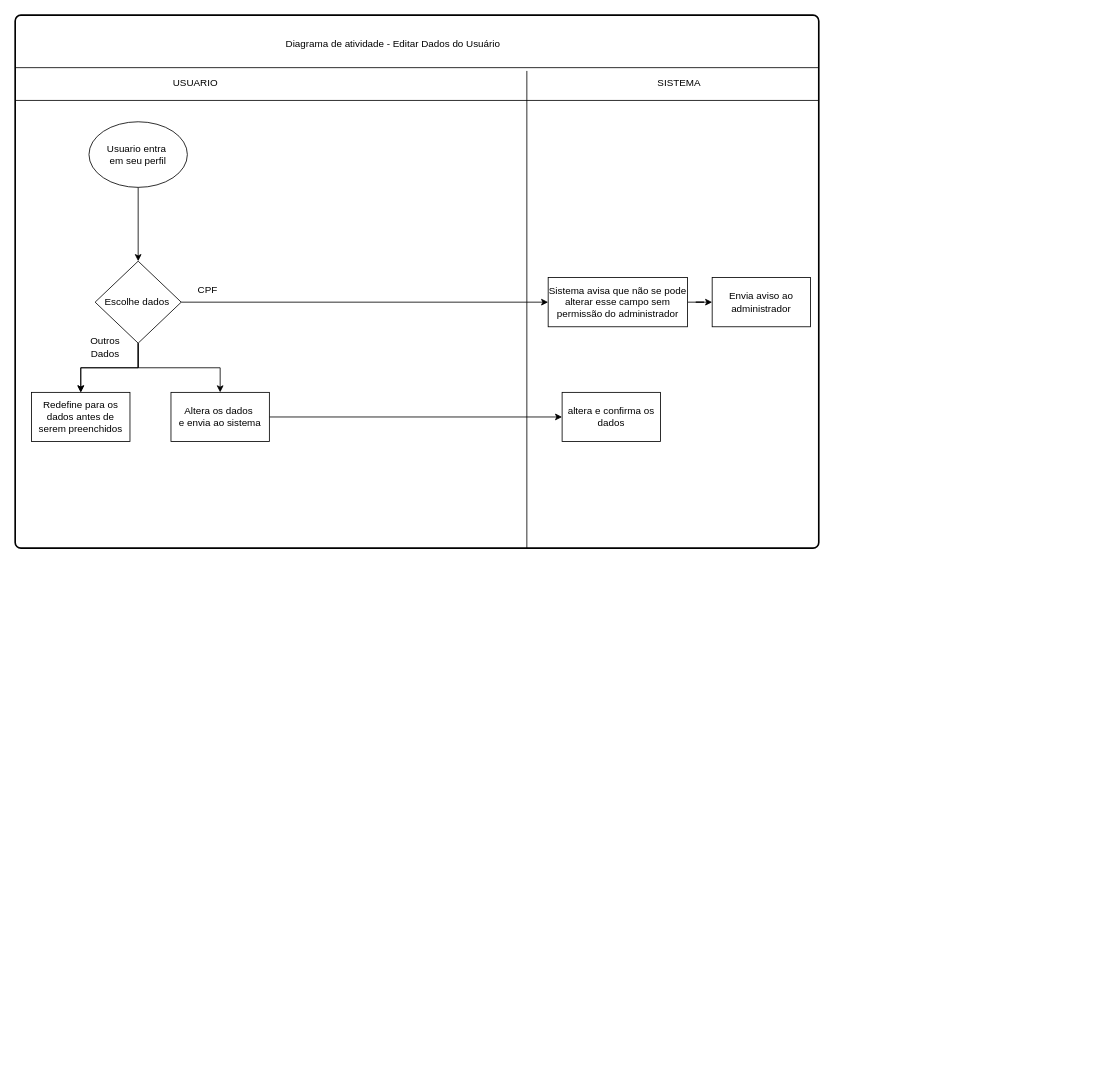
Raphael0305/Fatec-PI keeps this draw.io diagram as page "Diagrama_de_Atividade_Editar_Dados_Usuario" (6 of 8) of Diagramas/Diagramas.drawio. Above is the earlier version. Source tidied: cells renumbered, new cells numbered last; positions are measured from the earlier drawing's top-left corner, leaving out a move shared by most shapes. Both pictures are drawn from the tidied source at 82%, with x=0, y=0 at pixel (15, 15).
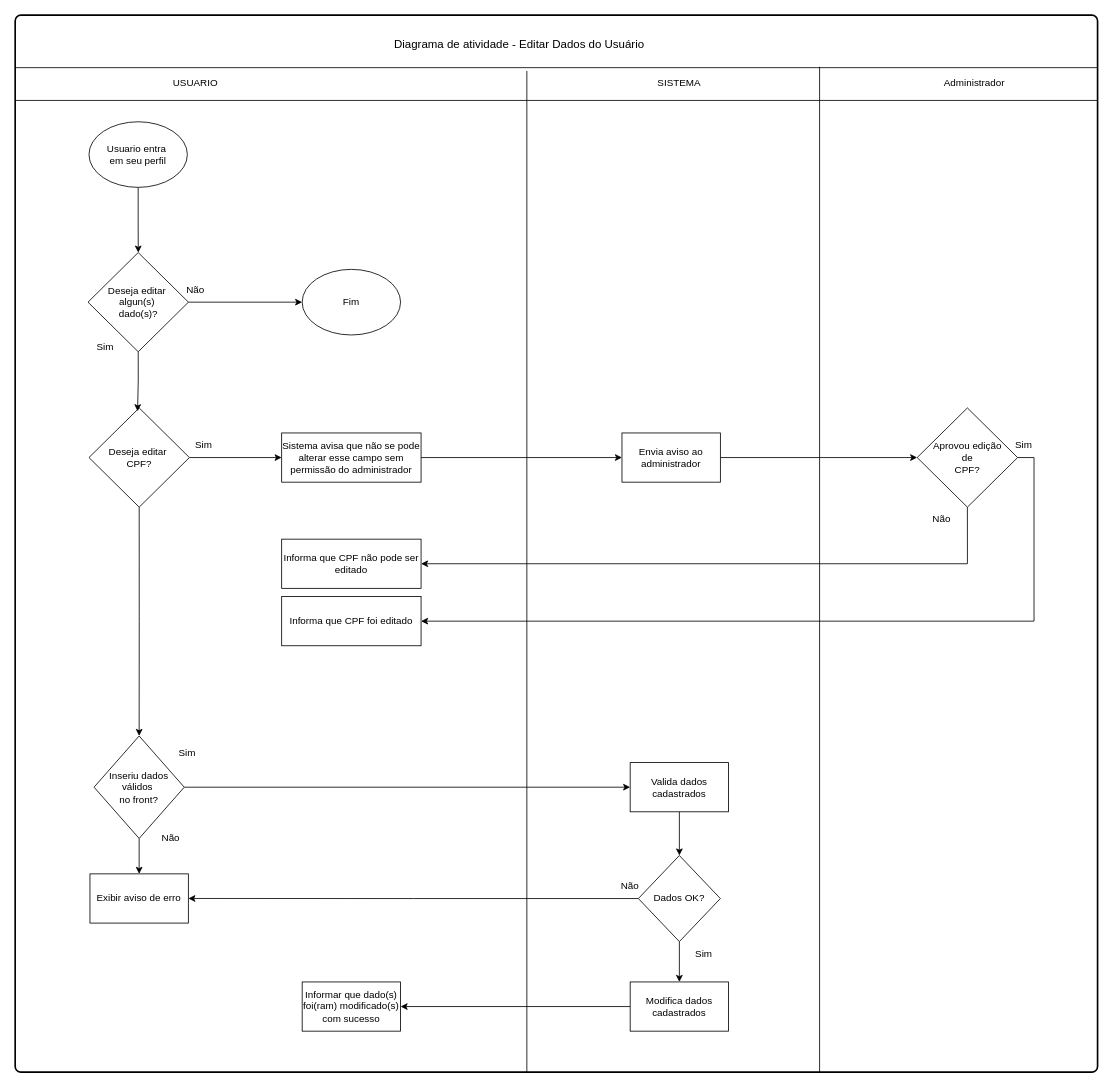
Above is the later version.

The edit, as a diff of the source:
```diff
@@
     <mxCell id="2" style="rounded=1;whiteSpace=wrap;html=1;absoluteArcSize=1;arcSize=14;strokeWidth=2;" parent="1" vertex="1">
-      <mxGeometry width="980" height="650" as="geometry" />
+      <mxGeometry width="1320" height="1289" as="geometry" />
     </mxCell>
@@
-    <mxCell id="5" style="edgeStyle=orthogonalEdgeStyle;rounded=0;jettySize=auto;html=1;exitX=1;exitY=0.5;exitDx=0;exitDy=0;entryX=0;entryY=0.5;entryDx=0;entryDy=0;" parent="1" edge="1" source="9" target="19">
-      <mxGeometry relative="1" as="geometry" />
-    </mxCell>
-    <mxCell id="6" style="edgeStyle=orthogonalEdgeStyle;rounded=0;jettySize=auto;html=1;" parent="1" edge="1" source="9" target="20">
-      <mxGeometry relative="1" as="geometry" />
-    </mxCell>
-    <mxCell id="7" style="edgeStyle=orthogonalEdgeStyle;rounded=0;jettySize=auto;html=1;" parent="1" edge="1" source="9" target="20">
-      <mxGeometry relative="1" as="geometry" />
-    </mxCell>
-    <mxCell id="8" style="edgeStyle=orthogonalEdgeStyle;rounded=0;jettySize=auto;html=1;" parent="1" edge="1" source="9" target="22">
-      <mxGeometry relative="1" as="geometry" />
-    </mxCell>
+    <mxCell id="25" style="edgeStyle=orthogonalEdgeStyle;rounded=0;jettySize=auto;html=1;exitX=1;exitY=0.5;exitDx=0;exitDy=0;" parent="1" edge="1" source="9" target="27">
+      <mxGeometry relative="1" as="geometry" />
+    </mxCell>
-    <mxCell id="9" value="Escolhe dados&amp;nbsp;" style="rhombus;whiteSpace=wrap;html=1;" parent="1" vertex="1">
-      <mxGeometry x="97.5" y="300" width="105" height="100" as="geometry" />
+    <mxCell id="9" value="Deseja editar&amp;nbsp;&lt;div&gt;algun(s)&amp;nbsp;&lt;/div&gt;&lt;div&gt;dado(s)?&lt;/div&gt;" style="rhombus;whiteSpace=wrap;html=1;" parent="1" vertex="1">
+      <mxGeometry x="88.8" y="289.5" width="122.5" height="121" as="geometry" />
     </mxCell>
-    <mxCell id="10" value="Outros Dados" style="text;html=1;align=center;verticalAlign=middle;whiteSpace=wrap;rounded=0;" parent="1" vertex="1">
+    <mxCell id="10" value="Sim" style="text;html=1;align=center;verticalAlign=middle;whiteSpace=wrap;rounded=0;" parent="1" vertex="1">
       <mxGeometry x="80" y="390" width="60" height="30" as="geometry" />
     </mxCell>
     <mxCell id="11" style="line;strokeWidth=1;fillColor=none;align=left;verticalAlign=middle;spacingTop=-1;spacingLeft=3;spacingRight=3;labelPosition=right;strokeColor=inherit;" parent="1" vertex="1">
-      <mxGeometry y="60" width="980" height="8" as="geometry" />
+      <mxGeometry y="60" width="1320" height="8" as="geometry" />
     </mxCell>
     <mxCell id="12" style="line;strokeWidth=1;fillColor=none;align=left;verticalAlign=middle;spacingTop=-1;spacingLeft=3;spacingRight=3;labelPosition=right;strokeColor=inherit;" parent="1" vertex="1">
-      <mxGeometry y="100" width="980" height="8" as="geometry" />
+      <mxGeometry y="100" width="1320" height="8" as="geometry" />
     </mxCell>
     <mxCell id="13" style="line;strokeWidth=1;fillColor=none;align=left;verticalAlign=middle;spacingTop=-1;spacingLeft=3;spacingRight=3;labelPosition=right;strokeColor=inherit;direction=south;" parent="1" vertex="1">
-      <mxGeometry x="620" y="68" width="8" height="582" as="geometry" />
+      <mxGeometry x="620" y="68" width="8" height="1221" as="geometry" />
     </mxCell>
-    <mxCell id="14" value="Diagrama de atividade - Editar Dados do Usuário" style="text;html=1;align=center;verticalAlign=middle;whiteSpace=wrap;rounded=0;" parent="1" vertex="1">
-      <mxGeometry x="276" y="20" width="370" height="30" as="geometry" />
+    <mxCell id="14" value="&lt;font style=&quot;font-size: 14px;&quot;&gt;Diagrama de atividade - Editar Dados do Usuário&lt;/font&gt;" style="text;html=1;align=center;verticalAlign=middle;whiteSpace=wrap;rounded=0;" parent="1" vertex="1">
+      <mxGeometry x="430" y="20" width="370" height="30" as="geometry" />
     </mxCell>
@@
-    <mxCell id="17" value="CPF" style="text;html=1;align=center;verticalAlign=middle;whiteSpace=wrap;rounded=0;" parent="1" vertex="1">
-      <mxGeometry x="180" y="320" width="110" height="30" as="geometry" />
-    </mxCell>
@@
     <mxCell id="19" value="Sistema avisa que não se pode alterar esse campo sem permissão do administrador" style="rounded=0;whiteSpace=wrap;html=1;" parent="1" vertex="1">
-      <mxGeometry x="650" y="320" width="170" height="60" as="geometry" />
+      <mxGeometry x="325" y="509.5" width="170" height="60" as="geometry" />
     </mxCell>
-    <mxCell id="20" value="Redefine para os dados antes de serem preenchidos" style="whiteSpace=wrap;html=1;" parent="1" vertex="1">
-      <mxGeometry x="20" y="460" width="120" height="60" as="geometry" />
-    </mxCell>
-    <mxCell id="21" style="edgeStyle=orthogonalEdgeStyle;rounded=0;jettySize=auto;html=1;" parent="1" edge="1" source="22" target="23">
-      <mxGeometry relative="1" as="geometry" />
-    </mxCell>
-    <mxCell id="22" value="Altera os dados&amp;nbsp;&lt;div&gt;e envia ao sistema&lt;/div&gt;" style="whiteSpace=wrap;html=1;" parent="1" vertex="1">
-      <mxGeometry x="190" y="460" width="120" height="60" as="geometry" />
-    </mxCell>
-    <mxCell id="23" value="altera e confirma os dados" style="whiteSpace=wrap;html=1;" parent="1" vertex="1">
-      <mxGeometry x="667" y="460" width="120" height="60" as="geometry" />
-    </mxCell>
+    <mxCell id="26" style="edgeStyle=orthogonalEdgeStyle;rounded=0;jettySize=auto;html=1;exitX=1;exitY=0.5;exitDx=0;exitDy=0;entryX=0;entryY=0.5;entryDx=0;entryDy=0;" parent="1" edge="1" source="24" target="37">
+      <mxGeometry relative="1" as="geometry" />
+    </mxCell>
     <mxCell id="24" value="Envia aviso ao administrador" style="whiteSpace=wrap;html=1;rounded=0;" parent="1" vertex="1">
-      <mxGeometry x="850" y="320" width="120" height="60" as="geometry" />
+      <mxGeometry x="740" y="509.5" width="120" height="60" as="geometry" />
     </mxCell>
+    <mxCell id="27" value="Fim" style="ellipse;whiteSpace=wrap;html=1;" parent="1" vertex="1">
+      <mxGeometry x="350" y="310" width="120" height="80" as="geometry" />
+    </mxCell>
+    <mxCell id="28" value="Não" style="text;html=1;align=center;verticalAlign=middle;whiteSpace=wrap;rounded=0;" parent="1" vertex="1">
+      <mxGeometry x="190" y="320" width="60" height="30" as="geometry" />
+    </mxCell>
+    <mxCell id="29" style="edgeStyle=orthogonalEdgeStyle;rounded=0;jettySize=auto;html=1;exitX=1;exitY=0.5;exitDx=0;exitDy=0;entryX=0;entryY=0.5;entryDx=0;entryDy=0;" parent="1" edge="1" source="31" target="19">
+      <mxGeometry relative="1" as="geometry" />
+    </mxCell>
+    <mxCell id="30" style="edgeStyle=orthogonalEdgeStyle;rounded=0;jettySize=auto;html=1;exitX=0.5;exitY=1;exitDx=0;exitDy=0;entryX=0.5;entryY=0;entryDx=0;entryDy=0;" parent="1" edge="1" source="31" target="45">
+      <mxGeometry relative="1" as="geometry" />
+    </mxCell>
+    <mxCell id="31" value="Deseja editar&amp;nbsp;&lt;div&gt;CPF?&lt;/div&gt;" style="rhombus;whiteSpace=wrap;html=1;" parent="1" vertex="1">
+      <mxGeometry x="90" y="479" width="122.5" height="121" as="geometry" />
+    </mxCell>
+    <mxCell id="32" style="edgeStyle=orthogonalEdgeStyle;rounded=0;jettySize=auto;html=1;exitX=0.5;exitY=1;exitDx=0;exitDy=0;entryX=0.484;entryY=0.033;entryDx=0;entryDy=0;entryPerimeter=0;" parent="1" edge="1" source="9" target="31">
+      <mxGeometry relative="1" as="geometry" />
+    </mxCell>
+    <mxCell id="33" style="line;strokeWidth=1;fillColor=none;align=left;verticalAlign=middle;spacingTop=-1;spacingLeft=3;spacingRight=3;labelPosition=right;strokeColor=inherit;direction=south;" parent="1" vertex="1">
+      <mxGeometry x="977" y="63" width="8" height="1226" as="geometry" />
+    </mxCell>
+    <mxCell id="34" value="Administrador" style="text;html=1;align=center;verticalAlign=middle;whiteSpace=wrap;rounded=0;" parent="1" vertex="1">
+      <mxGeometry x="1140" y="68" width="60" height="30" as="geometry" />
+    </mxCell>
+    <mxCell id="35" style="edgeStyle=orthogonalEdgeStyle;rounded=0;jettySize=auto;html=1;exitX=0.5;exitY=1;exitDx=0;exitDy=0;entryX=1;entryY=0.5;entryDx=0;entryDy=0;" parent="1" edge="1" source="37" target="38">
+      <mxGeometry relative="1" as="geometry" />
+    </mxCell>
+    <mxCell id="36" style="edgeStyle=orthogonalEdgeStyle;rounded=0;jettySize=auto;html=1;exitX=1;exitY=0.5;exitDx=0;exitDy=0;entryX=1;entryY=0.5;entryDx=0;entryDy=0;" parent="1" edge="1" source="37" target="40">
+      <mxGeometry relative="1" as="geometry" />
+    </mxCell>
+    <mxCell id="37" value="Aprovou edição&lt;div&gt;&amp;nbsp;de&amp;nbsp;&lt;div&gt;CPF?&lt;/div&gt;&lt;/div&gt;" style="rhombus;whiteSpace=wrap;html=1;" parent="1" vertex="1">
+      <mxGeometry x="1100" y="479" width="122.5" height="121" as="geometry" />
+    </mxCell>
+    <mxCell id="38" value="Informa que CPF não pode ser editado" style="rounded=0;whiteSpace=wrap;html=1;" parent="1" vertex="1">
+      <mxGeometry x="325" y="639" width="170" height="60" as="geometry" />
+    </mxCell>
+    <mxCell id="39" value="Não" style="text;html=1;align=center;verticalAlign=middle;whiteSpace=wrap;rounded=0;" parent="1" vertex="1">
+      <mxGeometry x="1100" y="600" width="60" height="30" as="geometry" />
+    </mxCell>
+    <mxCell id="40" value="Informa que CPF foi editado" style="rounded=0;whiteSpace=wrap;html=1;" parent="1" vertex="1">
+      <mxGeometry x="325" y="709" width="170" height="60" as="geometry" />
+    </mxCell>
+    <mxCell id="41" value="Sim" style="text;html=1;align=center;verticalAlign=middle;whiteSpace=wrap;rounded=0;" parent="1" vertex="1">
+      <mxGeometry x="1200" y="508.5" width="60" height="30" as="geometry" />
+    </mxCell>
+    <mxCell id="42" value="Sim" style="text;html=1;align=center;verticalAlign=middle;whiteSpace=wrap;rounded=0;" parent="1" vertex="1">
+      <mxGeometry x="200" y="508.5" width="60" height="30" as="geometry" />
+    </mxCell>
+    <mxCell id="43" style="edgeStyle=orthogonalEdgeStyle;rounded=0;jettySize=auto;html=1;entryX=0;entryY=0.5;entryDx=0;entryDy=0;" parent="1" edge="1" source="45" target="48">
+      <mxGeometry relative="1" as="geometry" />
+    </mxCell>
+    <mxCell id="44" style="edgeStyle=orthogonalEdgeStyle;rounded=0;jettySize=auto;html=1;exitX=0.5;exitY=1;exitDx=0;exitDy=0;" parent="1" edge="1" source="45" target="52">
+      <mxGeometry relative="1" as="geometry" />
+    </mxCell>
+    <mxCell id="45" value="Inseriu dados válidos&amp;nbsp;&lt;div&gt;no front?&lt;/div&gt;" style="rhombus;whiteSpace=wrap;html=1;" parent="1" vertex="1">
+      <mxGeometry x="96.2" y="879" width="110" height="125" as="geometry" />
+    </mxCell>
+    <mxCell id="46" value="Sim" style="text;html=1;align=center;verticalAlign=middle;whiteSpace=wrap;rounded=0;" parent="1" vertex="1">
+      <mxGeometry x="180" y="889" width="60" height="22.5" as="geometry" />
+    </mxCell>
+    <mxCell id="47" style="edgeStyle=orthogonalEdgeStyle;rounded=0;jettySize=auto;html=1;entryX=0.5;entryY=0;entryDx=0;entryDy=0;" parent="1" edge="1" source="48" target="51">
+      <mxGeometry relative="1" as="geometry" />
+    </mxCell>
+    <mxCell id="48" value="Valida dados cadastrados" style="rounded=0;whiteSpace=wrap;html=1;" parent="1" vertex="1">
+      <mxGeometry x="750" y="911.5" width="120" height="60" as="geometry" />
+    </mxCell>
+    <mxCell id="49" style="edgeStyle=orthogonalEdgeStyle;rounded=0;jettySize=auto;html=1;entryX=1;entryY=0.5;entryDx=0;entryDy=0;" parent="1" edge="1" source="51" target="52">
+      <mxGeometry relative="1" as="geometry" />
+    </mxCell>
+    <mxCell id="50" style="edgeStyle=orthogonalEdgeStyle;rounded=0;jettySize=auto;html=1;exitX=0.5;exitY=1;exitDx=0;exitDy=0;entryX=0.5;entryY=0;entryDx=0;entryDy=0;" parent="1" edge="1" source="51" target="57">
+      <mxGeometry relative="1" as="geometry" />
+    </mxCell>
+    <mxCell id="51" value="Dados OK?" style="rhombus;whiteSpace=wrap;html=1;" parent="1" vertex="1">
+      <mxGeometry x="760" y="1024.8" width="100" height="105" as="geometry" />
+    </mxCell>
+    <mxCell id="52" value="Exibir aviso de erro" style="rounded=0;whiteSpace=wrap;html=1;" parent="1" vertex="1">
+      <mxGeometry x="91.2" y="1047.2" width="120" height="60" as="geometry" />
+    </mxCell>
+    <mxCell id="53" value="Não" style="text;html=1;align=center;verticalAlign=middle;whiteSpace=wrap;rounded=0;" parent="1" vertex="1">
+      <mxGeometry x="160" y="989" width="60" height="30" as="geometry" />
+    </mxCell>
+    <mxCell id="54" value="Não" style="text;html=1;align=center;verticalAlign=middle;whiteSpace=wrap;rounded=0;" parent="1" vertex="1">
+      <mxGeometry x="720" y="1047.2" width="60" height="30" as="geometry" />
+    </mxCell>
+    <mxCell id="55" value="Sim" style="text;html=1;align=center;verticalAlign=middle;whiteSpace=wrap;rounded=0;" parent="1" vertex="1">
+      <mxGeometry x="810" y="1129.8" width="60" height="30" as="geometry" />
+    </mxCell>
+    <mxCell id="56" style="edgeStyle=orthogonalEdgeStyle;rounded=0;jettySize=auto;html=1;exitX=0;exitY=0.5;exitDx=0;exitDy=0;" parent="1" edge="1" source="57" target="58">
+      <mxGeometry relative="1" as="geometry" />
+    </mxCell>
+    <mxCell id="57" value="Modifica dados cadastrados" style="rounded=0;whiteSpace=wrap;html=1;" parent="1" vertex="1">
+      <mxGeometry x="750" y="1179" width="120" height="60" as="geometry" />
+    </mxCell>
+    <mxCell id="58" value="Informar que dado(s) foi(ram) modificado(s) com sucesso" style="rounded=0;whiteSpace=wrap;html=1;" parent="1" vertex="1">
+      <mxGeometry x="350" y="1179" width="120" height="60" as="geometry" />
+    </mxCell>
```
